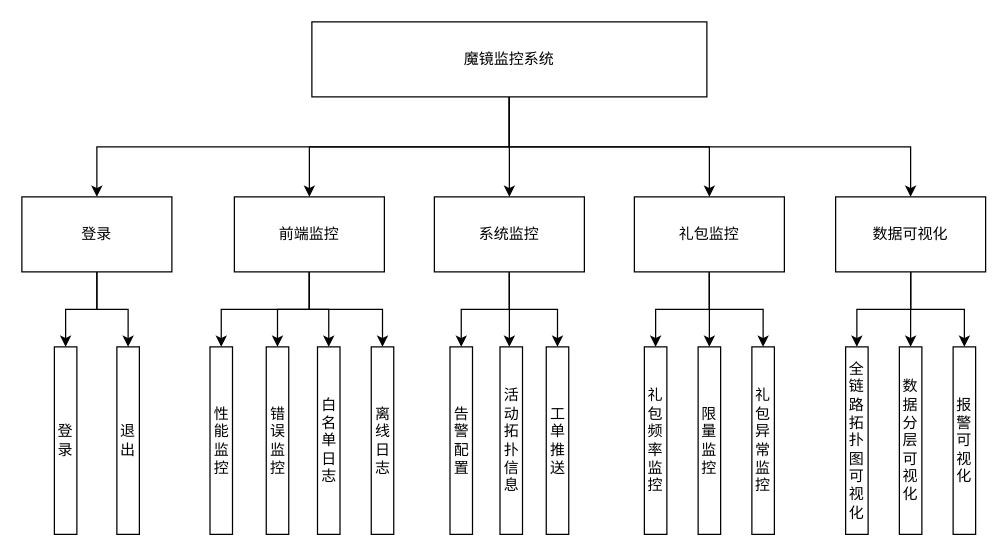
The draw.io diagram 系统架构设计.drawio in FelixTt/repositoryForDraw.io, before the edit. Source tidied: cells renumbered, new cells numbered last; positions are measured from the earlier drawing's top-left corner, leaving out a move shared by most shapes. Both pictures are drawn from the tidied source at 125%, with x=0, y=0 at pixel (21, 21).
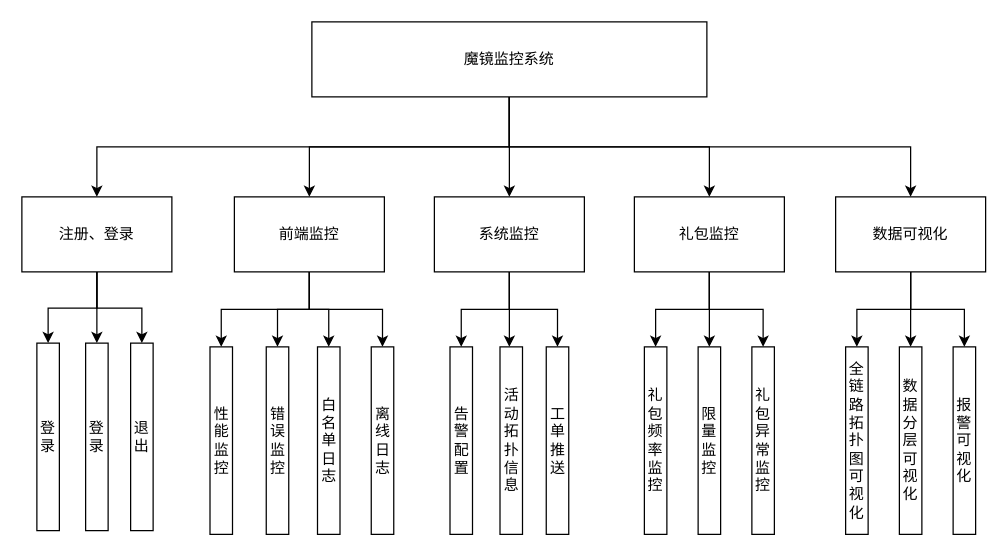
The same diagram, later.

Commit message:
Update 系统架构设计.drawio

What changed in the source:
```diff
@@
-    <mxCell id="3" value="登录" style="rounded=0;whiteSpace=wrap;html=1;" parent="1" vertex="1">
+    <mxCell id="3" value="注册、登录" style="rounded=0;whiteSpace=wrap;html=1;" parent="1" vertex="1">
       <mxGeometry y="140" width="120" height="60" as="geometry" />
     </mxCell>
@@
     <mxCell id="31" value="&lt;div style=&quot;font-size: 12px;&quot;&gt;登录&lt;br style=&quot;font-size: 12px;&quot;&gt;&lt;/div&gt;" style="rounded=0;whiteSpace=wrap;html=1;verticalAlign=middle;horizontal=1;textDirection=rtl;align=center;fontSize=12;labelBackgroundColor=none;labelBorderColor=none;shadow=0;fontFamily=Helvetica;labelPosition=center;verticalLabelPosition=middle;" parent="1" vertex="1">
-      <mxGeometry x="26" y="260" width="18" height="150" as="geometry" />
+      <mxGeometry x="51" y="257" width="18" height="150" as="geometry" />
     </mxCell>
     <mxCell id="32" value="&lt;div style=&quot;font-size: 12px;&quot;&gt;&lt;span style=&quot;font-size: 12px;&quot;&gt;退出&lt;/span&gt;&lt;br style=&quot;font-size: 12px;&quot;&gt;&lt;/div&gt;" style="rounded=0;whiteSpace=wrap;html=1;verticalAlign=middle;horizontal=1;textDirection=rtl;align=center;fontSize=12;labelBackgroundColor=none;labelBorderColor=none;shadow=0;fontFamily=Helvetica;labelPosition=center;verticalLabelPosition=middle;" parent="1" vertex="1">
-      <mxGeometry x="76" y="260" width="18" height="150" as="geometry" />
+      <mxGeometry x="87" y="257" width="18" height="150" as="geometry" />
     </mxCell>
@@
+    <mxCell id="43" value="&lt;div style=&quot;font-size: 12px;&quot;&gt;登录&lt;br style=&quot;font-size: 12px;&quot;&gt;&lt;/div&gt;" style="rounded=0;whiteSpace=wrap;html=1;verticalAlign=middle;horizontal=1;textDirection=rtl;align=center;fontSize=12;labelBackgroundColor=none;labelBorderColor=none;shadow=0;fontFamily=Helvetica;labelPosition=center;verticalLabelPosition=middle;" parent="1" vertex="1">
+      <mxGeometry x="12" y="257" width="18" height="150" as="geometry" />
+    </mxCell>
+    <mxCell id="44" style="edgeStyle=elbowEdgeStyle;elbow=vertical;endArrow=classic;html=1;rounded=0;sketch=0;" parent="1" edge="1" source="3" target="43">
+      <mxGeometry relative="1" as="geometry" />
+    </mxCell>
```
